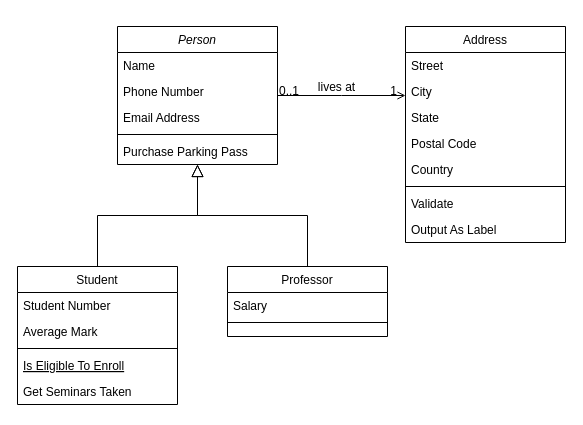
yudhawahyup27/Data keeps this draw.io diagram as diagramMasjid.drawio. Above is the earlier version. Source tidied: cells renumbered, new cells numbered last; positions are measured from the earlier drawing's top-left corner, leaving out a move shared by most shapes. Both pictures are drawn from the tidied source at 100%, with x=0, y=0 at pixel (17, 26).
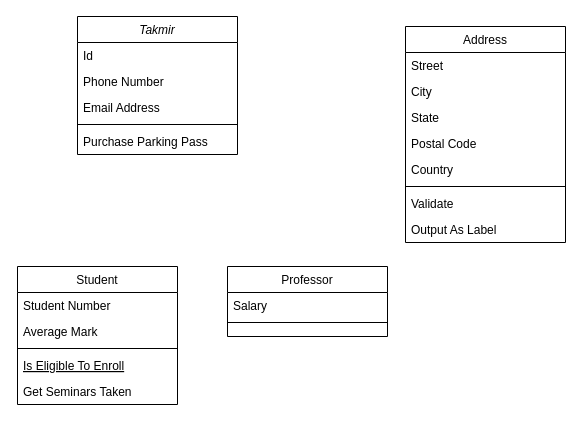
The same page after the edit.

The change refers to these unchanged cells:
```xml
<mxCell id="8" value="Student" style="swimlane;fontStyle=0;align=center;verticalAlign=top;horizontal=1;startSize=26;rounded=0;shadow=0;strokeWidth=1;" parent="1" vertex="1">
  <mxGeometry y="240" width="160" height="138" as="geometry" />
</mxCell>
<mxCell id="15" value="Professor" style="swimlane;fontStyle=0;align=center;verticalAlign=top;horizontal=1;startSize=26;rounded=0;shadow=0;strokeWidth=1;" parent="1" vertex="1">
  <mxGeometry x="210" y="240" width="160" height="70" as="geometry" />
</mxCell>
<mxCell id="19" value="Address" style="swimlane;fontStyle=0;align=center;verticalAlign=top;horizontal=1;startSize=26;rounded=0;shadow=0;strokeWidth=1;" parent="1" vertex="1">
  <mxGeometry x="388" width="160" height="216" as="geometry" />
</mxCell>
```

The edit, as a diff of the source:
```diff
@@
-    <mxCell id="2" value="Person" style="swimlane;fontStyle=2;align=center;verticalAlign=top;horizontal=1;startSize=26;rounded=0;shadow=0;strokeWidth=1;" parent="1" vertex="1">
-      <mxGeometry x="100" width="160" height="138" as="geometry" />
+    <mxCell id="2" value="Takmir" style="swimlane;fontStyle=2;align=center;verticalAlign=top;horizontal=1;startSize=26;rounded=0;shadow=0;strokeWidth=1;" parent="1" vertex="1">
+      <mxGeometry x="60" y="-10" width="160" height="138" as="geometry" />
     </mxCell>
-    <mxCell id="3" value="Name" style="text;align=left;verticalAlign=top;spacingLeft=4;spacingRight=4;overflow=hidden;" parent="2" vertex="1">
+    <mxCell id="3" value="Id" style="text;align=left;verticalAlign=top;spacingLeft=4;spacingRight=4;overflow=hidden;" parent="2" vertex="1">
       <mxGeometry y="26" width="160" height="26" as="geometry" />
     </mxCell>
@@
-    <mxCell id="14" style="endArrow=block;endSize=10;endFill=0;shadow=0;strokeWidth=1;rounded=0;edgeStyle=elbowEdgeStyle;elbow=vertical;" parent="1" edge="1" source="8" target="2">
-      <mxGeometry relative="1" as="geometry" />
-    </mxCell>
@@
-    <mxCell id="18" style="endArrow=block;endSize=10;endFill=0;shadow=0;strokeWidth=1;rounded=0;edgeStyle=elbowEdgeStyle;elbow=vertical;" parent="1" edge="1" source="15" target="2">
-      <mxGeometry relative="1" as="geometry" />
-    </mxCell>
@@
-    <mxCell id="28" style="endArrow=open;shadow=0;strokeWidth=1;rounded=0;endFill=1;edgeStyle=elbowEdgeStyle;elbow=vertical;" parent="1" edge="1" source="2" target="19">
-      <mxGeometry x="0.5" y="41" relative="1" as="geometry">
-        <mxPoint x="-40" y="32" as="offset" />
-      </mxGeometry>
-    </mxCell>
-    <mxCell id="29" value="0..1" style="align=left;verticalAlign=bottom;labelBackgroundColor=none;fontSize=12;" parent="28" vertex="1">
-      <mxGeometry x="-1" relative="1" as="geometry">
-        <mxPoint y="4" as="offset" />
-      </mxGeometry>
-    </mxCell>
-    <mxCell id="30" value="1" style="align=right;verticalAlign=bottom;labelBackgroundColor=none;fontSize=12;" parent="28" vertex="1">
-      <mxGeometry x="1" relative="1" as="geometry">
-        <mxPoint x="-7" y="4" as="offset" />
-      </mxGeometry>
-    </mxCell>
-    <mxCell id="31" value="lives at" style="text;html=1;align=center;verticalAlign=middle;labelBackgroundColor=none;rounded=0;shadow=0;strokeWidth=1;fontSize=12;" parent="28" vertex="1">
-      <mxGeometry x="0.5" y="49" relative="1" as="geometry">
-        <mxPoint x="-38" y="40" as="offset" />
-      </mxGeometry>
-    </mxCell>
```
